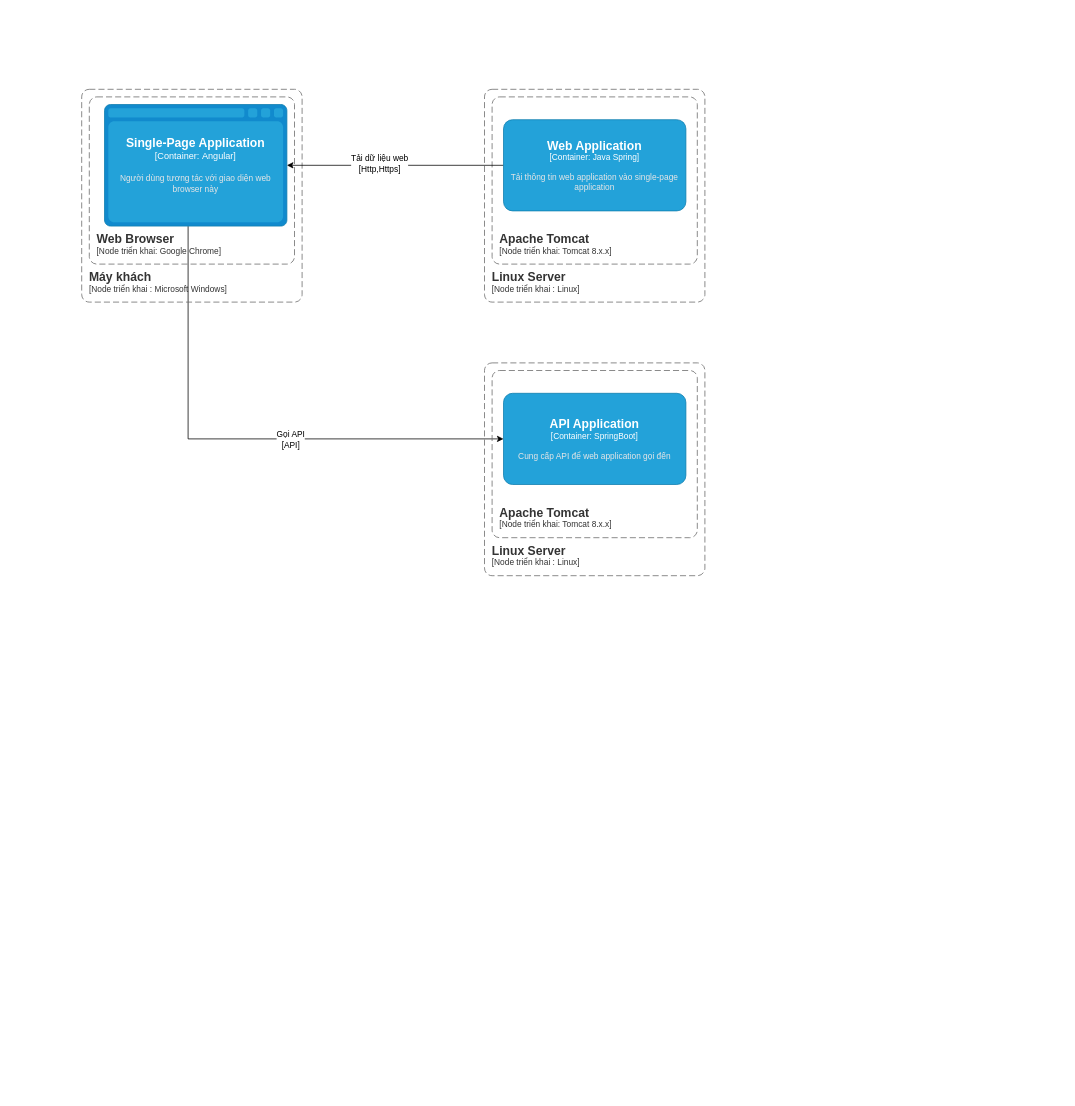
Before: IdgPortal-Deployment.drawio in dangngocsoncntt/draw.io, a draw.io diagram. Source tidied: cells renumbered, new cells numbered last; positions are measured from the earlier drawing's top-left corner, leaving out a move shared by most shapes. Both pictures are drawn from the tidied source at 76%, with x=0, y=0 at pixel (81, 89).
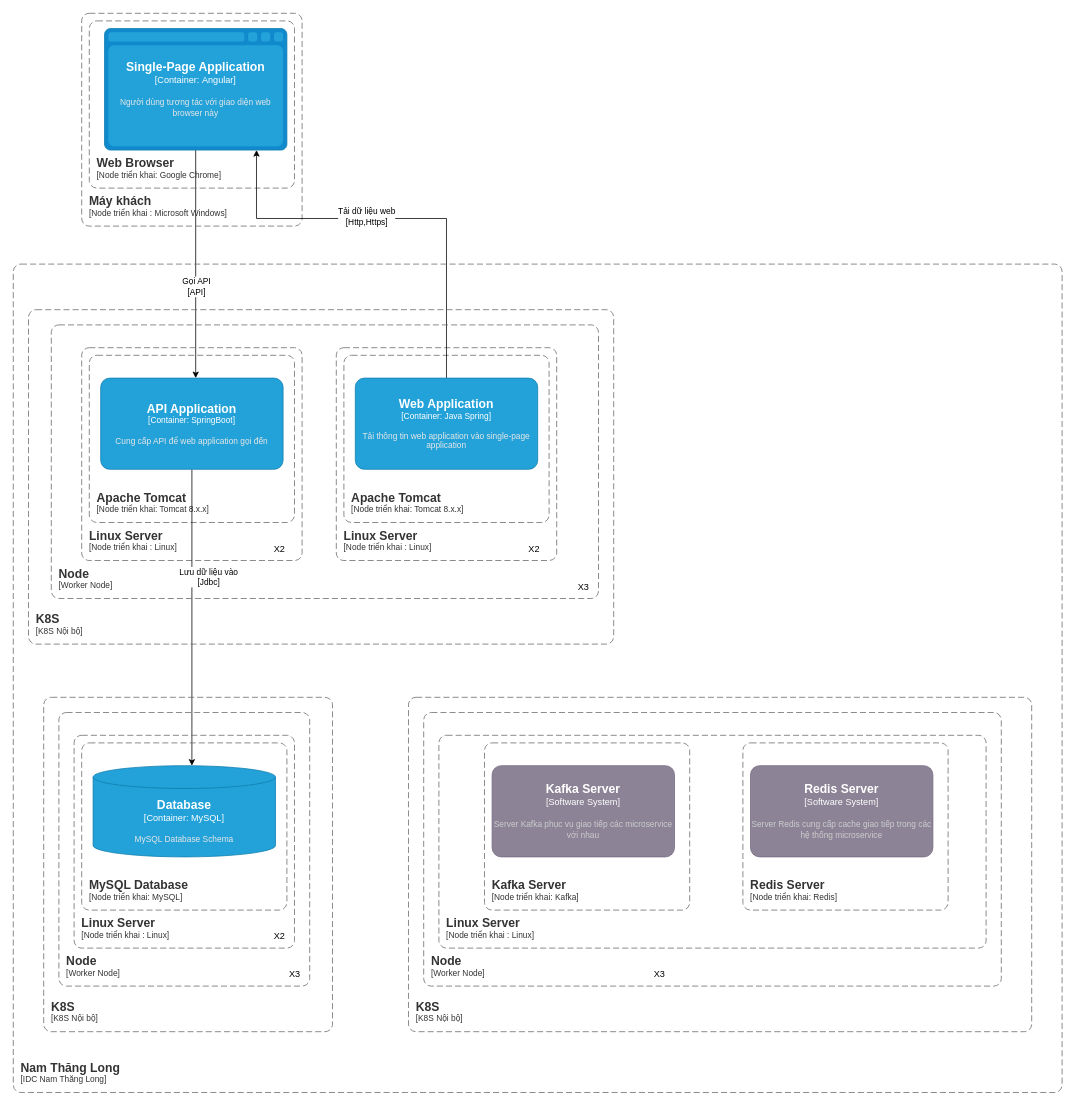
Above is the later version.

The edit, as a diff of the source:
```diff
@@
     <object id="4" label="&lt;font style=&quot;font-size: 16px&quot;&gt;&lt;b&gt;%c4Type%&lt;/b&gt;&lt;/font&gt;&lt;div&gt;[%c4Container%:&amp;nbsp;%c4Technology%]&lt;/div&gt;&lt;br&gt;&lt;div&gt;&lt;font style=&quot;font-size: 11px&quot;&gt;&lt;font color=&quot;#E6E6E6&quot;&gt;%c4Description%&lt;/font&gt;&lt;/div&gt;" c4Container="Container" c4Description="Người dùng tương tác với giao diện web browser này" c4Technology="Angular" c4Type="Single-Page Application" placeholders="1">
       <mxCell style="shape=mxgraph.c4.webBrowserContainer2;whiteSpace=wrap;html=1;boundedLbl=1;rounded=0;labelBackgroundColor=none;strokeColor=#118ACD;fillColor=#23A2D9;strokeColor=#118ACD;strokeColor2=#0E7DAD;fontSize=12;fontColor=#ffffff;align=center;points=[[0.5,0,0],[1,0.25,0],[1,0.5,0],[1,0.75,0],[0.5,1,0],[0,0.75,0],[0,0.5,0],[0,0.25,0]];" parent="1" vertex="1">
-        <mxGeometry x="30" y="20" width="240" height="160" as="geometry" />
+        <mxGeometry x="30" y="-80" width="240" height="160" as="geometry" />
       </mxCell>
     </object>
     <object id="5" label="&lt;font style=&quot;font-size: 16px&quot;&gt;&lt;b&gt;&lt;div style=&quot;text-align: left&quot;&gt;%c4Name%&lt;/div&gt;&lt;/b&gt;&lt;/font&gt;&lt;div style=&quot;text-align: left&quot;&gt;[%c4Application%]&lt;/div&gt;" c4Application="Node triển khai: Google Chrome" c4Name="Web Browser" placeholders="1">
       <mxCell style="rounded=1;fontSize=11;whiteSpace=wrap;html=1;dashed=1;arcSize=20;fillColor=none;strokeColor=#666666;fontColor=#333333;labelBackgroundColor=none;align=left;verticalAlign=bottom;labelBorderColor=none;spacingTop=0;spacing=10;dashPattern=8 4;perimeter=rectanglePerimeter;noLabel=0;labelPadding=0;absoluteArcSize=1;" parent="1" vertex="1">
-        <mxGeometry x="10" y="10" width="270" height="220" as="geometry" />
+        <mxGeometry x="10" y="-90" width="270" height="220" as="geometry" />
       </mxCell>
     </object>
     <object id="6" label="&lt;font style=&quot;font-size: 16px&quot;&gt;&lt;b&gt;&lt;div style=&quot;text-align: left&quot;&gt;%c4Name%&lt;/div&gt;&lt;/b&gt;&lt;/font&gt;&lt;div style=&quot;text-align: left&quot;&gt;[%c4Application%]&lt;/div&gt;" c4Application="Node triển khai : Microsoft Windows" c4Name="Máy khách" placeholders="1">
       <mxCell style="rounded=1;fontSize=11;whiteSpace=wrap;html=1;dashed=1;arcSize=20;fillColor=none;strokeColor=#666666;fontColor=#333333;labelBackgroundColor=none;align=left;verticalAlign=bottom;labelBorderColor=none;spacingTop=0;spacing=10;dashPattern=8 4;perimeter=rectanglePerimeter;noLabel=0;labelPadding=0;absoluteArcSize=1;" parent="1" vertex="1">
-        <mxGeometry width="290" height="280" as="geometry" />
+        <mxGeometry y="-100" width="290" height="280" as="geometry" />
       </mxCell>
     </object>
     <object id="7" label="&lt;font style=&quot;font-size: 16px&quot;&gt;&lt;b&gt;&lt;div style=&quot;text-align: left&quot;&gt;%c4Name%&lt;/div&gt;&lt;/b&gt;&lt;/font&gt;&lt;div style=&quot;text-align: left&quot;&gt;[%c4Application%]&lt;/div&gt;" c4Application="Node triển khai: Tomcat 8.x.x" c4Name="Apache Tomcat" placeholders="1">
       <mxCell style="rounded=1;fontSize=11;whiteSpace=wrap;html=1;dashed=1;arcSize=20;fillColor=none;strokeColor=#666666;fontColor=#333333;labelBackgroundColor=none;align=left;verticalAlign=bottom;labelBorderColor=none;spacingTop=0;spacing=10;dashPattern=8 4;perimeter=rectanglePerimeter;noLabel=0;labelPadding=0;absoluteArcSize=1;" parent="1" vertex="1">
-        <mxGeometry x="540" y="10" width="270" height="220" as="geometry" />
+        <mxGeometry x="345" y="350" width="270" height="220" as="geometry" />
       </mxCell>
     </object>
     <object id="8" label="&lt;font style=&quot;font-size: 16px&quot;&gt;&lt;b&gt;&lt;div style=&quot;text-align: left&quot;&gt;%c4Name%&lt;/div&gt;&lt;/b&gt;&lt;/font&gt;&lt;div style=&quot;text-align: left&quot;&gt;[%c4Application%]&lt;/div&gt;" c4Application="Node triển khai : Linux" c4Name="Linux Server" placeholders="1">
       <mxCell style="rounded=1;fontSize=11;whiteSpace=wrap;html=1;dashed=1;arcSize=20;fillColor=none;strokeColor=#666666;fontColor=#333333;labelBackgroundColor=none;align=left;verticalAlign=bottom;labelBorderColor=none;spacingTop=0;spacing=10;dashPattern=8 4;perimeter=rectanglePerimeter;noLabel=0;labelPadding=0;absoluteArcSize=1;" parent="1" vertex="1">
-        <mxGeometry x="530" width="290" height="280" as="geometry" />
+        <mxGeometry x="335" y="340" width="290" height="280" as="geometry" />
       </mxCell>
     </object>
     <mxCell id="9" style="edgeStyle=orthogonalEdgeStyle;rounded=0;jettySize=auto;html=1;" parent="1" edge="1" source="11" target="4">
-      <mxGeometry relative="1" as="geometry" />
+      <mxGeometry relative="1" as="geometry">
+        <Array as="points">
+          <mxPoint x="230" y="170" />
+        </Array>
+      </mxGeometry>
     </mxCell>
@@
     <object id="11" label="&lt;font style=&quot;font-size: 16px&quot;&gt;&lt;b&gt;%c4Name%&lt;/b&gt;&lt;/font&gt;&lt;div&gt;[%c4Type%: %c4Technology%]&lt;/div&gt;&lt;br&gt;&lt;div&gt;&lt;font style=&quot;font-size: 11px&quot;&gt;&lt;font color=&quot;#E6E6E6&quot;&gt;%c4Description%&lt;/font&gt;&lt;/div&gt;" c4Description="Tải thông tin web application vào single-page application" c4Name="Web Application" c4Technology="Java Spring" c4Type="Container" placeholders="1">
       <mxCell style="rounded=1;whiteSpace=wrap;html=1;fontSize=11;labelBackgroundColor=none;fillColor=#23A2D9;fontColor=#ffffff;align=center;arcSize=10;strokeColor=#0E7DAD;points=[[0.25,0,0],[0.5,0,0],[0.75,0,0],[1,0.25,0],[1,0.5,0],[1,0.75,0],[0.75,1,0],[0.5,1,0],[0.25,1,0],[0,0.75,0],[0,0.5,0],[0,0.25,0]];" parent="1" vertex="1">
-        <mxGeometry x="555" y="40" width="240" height="120" as="geometry" />
+        <mxGeometry x="360" y="380" width="240" height="120" as="geometry" />
       </mxCell>
     </object>
     <object id="12" label="&lt;font style=&quot;font-size: 16px&quot;&gt;&lt;b&gt;&lt;div style=&quot;text-align: left&quot;&gt;%c4Name%&lt;/div&gt;&lt;/b&gt;&lt;/font&gt;&lt;div style=&quot;text-align: left&quot;&gt;[%c4Application%]&lt;/div&gt;" c4Application="Node triển khai: Tomcat 8.x.x" c4Name="Apache Tomcat" placeholders="1">
       <mxCell style="rounded=1;fontSize=11;whiteSpace=wrap;html=1;dashed=1;arcSize=20;fillColor=none;strokeColor=#666666;fontColor=#333333;labelBackgroundColor=none;align=left;verticalAlign=bottom;labelBorderColor=none;spacingTop=0;spacing=10;dashPattern=8 4;perimeter=rectanglePerimeter;noLabel=0;labelPadding=0;absoluteArcSize=1;" parent="1" vertex="1">
-        <mxGeometry x="540" y="370" width="270" height="220" as="geometry" />
+        <mxGeometry x="10" y="350" width="270" height="220" as="geometry" />
       </mxCell>
     </object>
     <object id="13" label="&lt;font style=&quot;font-size: 16px&quot;&gt;&lt;b&gt;&lt;div style=&quot;text-align: left&quot;&gt;%c4Name%&lt;/div&gt;&lt;/b&gt;&lt;/font&gt;&lt;div style=&quot;text-align: left&quot;&gt;[%c4Application%]&lt;/div&gt;" c4Application="Node triển khai : Linux" c4Name="Linux Server" placeholders="1">
       <mxCell style="rounded=1;fontSize=11;whiteSpace=wrap;html=1;dashed=1;arcSize=20;fillColor=none;strokeColor=#666666;fontColor=#333333;labelBackgroundColor=none;align=left;verticalAlign=bottom;labelBorderColor=none;spacingTop=0;spacing=10;dashPattern=8 4;perimeter=rectanglePerimeter;noLabel=0;labelPadding=0;absoluteArcSize=1;" parent="1" vertex="1">
-        <mxGeometry x="530" y="360" width="290" height="280" as="geometry" />
+        <mxGeometry y="340" width="290" height="280" as="geometry" />
       </mxCell>
     </object>
+    <mxCell id="15" style="edgeStyle=orthogonalEdgeStyle;rounded=0;jettySize=auto;html=1;" parent="1" edge="1" source="14" target="19">
+      <mxGeometry relative="1" as="geometry">
+        <Array as="points">
+          <mxPoint x="110" y="890" />
+        </Array>
+      </mxGeometry>
+    </mxCell>
+    <mxCell id="16" value="Lưu dữ liệu vào&lt;br&gt;[Jdbc]" style="edgeLabel;html=1;align=center;verticalAlign=middle;" parent="15" vertex="1">
+      <mxGeometry x="-0.29" y="3" relative="1" as="geometry">
+        <mxPoint x="18" y="3" as="offset" />
+      </mxGeometry>
+    </mxCell>
     <object id="14" label="&lt;font style=&quot;font-size: 16px&quot;&gt;&lt;b&gt;%c4Name%&lt;/b&gt;&lt;/font&gt;&lt;div&gt;[%c4Type%: %c4Technology%]&lt;/div&gt;&lt;br&gt;&lt;div&gt;&lt;font style=&quot;font-size: 11px&quot;&gt;&lt;font color=&quot;#E6E6E6&quot;&gt;%c4Description%&lt;/font&gt;&lt;/div&gt;" c4Description="Cung cấp API để web application gọi đến " c4Name="API Application" c4Technology="SpringBoot" c4Type="Container" placeholders="1">
       <mxCell style="rounded=1;whiteSpace=wrap;html=1;fontSize=11;labelBackgroundColor=none;fillColor=#23A2D9;fontColor=#ffffff;align=center;arcSize=10;strokeColor=#0E7DAD;points=[[0.25,0,0],[0.5,0,0],[0.75,0,0],[1,0.25,0],[1,0.5,0],[1,0.75,0],[0.75,1,0],[0.5,1,0],[0.25,1,0],[0,0.75,0],[0,0.5,0],[0,0.25,0]];" parent="1" vertex="1">
-        <mxGeometry x="555" y="400" width="240" height="120" as="geometry" />
+        <mxGeometry x="25" y="380" width="240" height="120" as="geometry" />
       </mxCell>
     </object>
+    <object id="17" label="&lt;font style=&quot;font-size: 16px&quot;&gt;&lt;b&gt;&lt;div style=&quot;text-align: left&quot;&gt;%c4Name%&lt;/div&gt;&lt;/b&gt;&lt;/font&gt;&lt;div style=&quot;text-align: left&quot;&gt;[%c4Application%]&lt;/div&gt;" c4Application="Node triển khai: MySQL" c4Name="MySQL Database" placeholders="1">
+      <mxCell style="rounded=1;fontSize=11;whiteSpace=wrap;html=1;dashed=1;arcSize=20;fillColor=none;strokeColor=#666666;fontColor=#333333;labelBackgroundColor=none;align=left;verticalAlign=bottom;labelBorderColor=none;spacingTop=0;spacing=10;dashPattern=8 4;perimeter=rectanglePerimeter;noLabel=0;labelPadding=0;absoluteArcSize=1;" parent="1" vertex="1">
+        <mxGeometry y="860" width="270" height="220" as="geometry" />
+      </mxCell>
+    </object>
+    <object id="18" label="&lt;font style=&quot;font-size: 16px&quot;&gt;&lt;b&gt;&lt;div style=&quot;text-align: left&quot;&gt;%c4Name%&lt;/div&gt;&lt;/b&gt;&lt;/font&gt;&lt;div style=&quot;text-align: left&quot;&gt;[%c4Application%]&lt;/div&gt;" c4Application="Node triển khai : Linux" c4Name="Linux Server" placeholders="1">
+      <mxCell style="rounded=1;fontSize=11;whiteSpace=wrap;html=1;dashed=1;arcSize=20;fillColor=none;strokeColor=#666666;fontColor=#333333;labelBackgroundColor=none;align=left;verticalAlign=bottom;labelBorderColor=none;spacingTop=0;spacing=10;dashPattern=8 4;perimeter=rectanglePerimeter;noLabel=0;labelPadding=0;absoluteArcSize=1;" parent="1" vertex="1">
+        <mxGeometry x="-10" y="850" width="290" height="280" as="geometry" />
+      </mxCell>
+    </object>
+    <object id="19" label="&lt;font style=&quot;font-size: 16px&quot;&gt;&lt;b&gt;%c4Type%&lt;/b&gt;&lt;/font&gt;&lt;div&gt;[%c4Container%:&amp;nbsp;%c4Technology%]&lt;/div&gt;&lt;br&gt;&lt;div&gt;&lt;font style=&quot;font-size: 11px&quot;&gt;&lt;font color=&quot;#E6E6E6&quot;&gt;%c4Description%&lt;/font&gt;&lt;/div&gt;" c4Container="Container" c4Description="MySQL Database Schema" c4Technology="MySQL" c4Type="Database" placeholders="1">
+      <mxCell style="shape=cylinder3;size=15;whiteSpace=wrap;html=1;boundedLbl=1;rounded=0;labelBackgroundColor=none;fillColor=#23A2D9;fontSize=12;fontColor=#ffffff;align=center;strokeColor=#0E7DAD;points=[[0.5,0,0],[1,0.25,0],[1,0.5,0],[1,0.75,0],[0.5,1,0],[0,0.75,0],[0,0.5,0],[0,0.25,0]];" parent="1" vertex="1">
+        <mxGeometry x="15" y="890" width="240" height="120" as="geometry" />
+      </mxCell>
+    </object>
+    <mxCell id="20" value="X2" style="text;html=1;align=center;verticalAlign=middle;strokeColor=none;fillColor=none;" parent="1" vertex="1">
+      <mxGeometry x="240" y="1100" width="40" height="30" as="geometry" />
+    </mxCell>
+    <mxCell id="21" value="X2" style="text;html=1;align=center;verticalAlign=middle;strokeColor=none;fillColor=none;" parent="1" vertex="1">
+      <mxGeometry x="575" y="590" width="40" height="30" as="geometry" />
+    </mxCell>
+    <mxCell id="22" value="X2" style="text;html=1;align=center;verticalAlign=middle;strokeColor=none;fillColor=none;" parent="1" vertex="1">
+      <mxGeometry x="240" y="590" width="40" height="30" as="geometry" />
+    </mxCell>
+    <object id="23" label="&lt;font style=&quot;font-size: 16px&quot;&gt;&lt;b&gt;&lt;div style=&quot;text-align: left&quot;&gt;%c4Name%&lt;/div&gt;&lt;/b&gt;&lt;/font&gt;&lt;div style=&quot;text-align: left&quot;&gt;[%c4Application%]&lt;/div&gt;" c4Application="Worker Node" c4Name="Node" placeholders="1">
+      <mxCell style="rounded=1;fontSize=11;whiteSpace=wrap;html=1;dashed=1;arcSize=20;fillColor=none;strokeColor=#666666;fontColor=#333333;labelBackgroundColor=none;align=left;verticalAlign=bottom;labelBorderColor=none;spacingTop=0;spacing=10;dashPattern=8 4;perimeter=rectanglePerimeter;noLabel=0;labelPadding=0;absoluteArcSize=1;" parent="1" vertex="1">
+        <mxGeometry x="-40" y="310" width="720" height="360" as="geometry" />
+      </mxCell>
+    </object>
+    <object id="24" label="&lt;font style=&quot;font-size: 16px&quot;&gt;&lt;b&gt;&lt;div style=&quot;text-align: left&quot;&gt;%c4Name%&lt;/div&gt;&lt;/b&gt;&lt;/font&gt;&lt;div style=&quot;text-align: left&quot;&gt;[%c4Application%]&lt;/div&gt;" c4Application="K8S Nội bộ" c4Name="K8S" placeholders="1">
+      <mxCell style="rounded=1;fontSize=11;whiteSpace=wrap;html=1;dashed=1;arcSize=20;fillColor=none;strokeColor=#666666;fontColor=#333333;labelBackgroundColor=none;align=left;verticalAlign=bottom;labelBorderColor=none;spacingTop=0;spacing=10;dashPattern=8 4;perimeter=rectanglePerimeter;noLabel=0;labelPadding=0;absoluteArcSize=1;" parent="1" vertex="1">
+        <mxGeometry x="-70" y="290" width="770" height="440" as="geometry" />
+      </mxCell>
+    </object>
+    <object id="25" label="&lt;font style=&quot;font-size: 16px&quot;&gt;&lt;b&gt;&lt;div style=&quot;text-align: left&quot;&gt;%c4Name%&lt;/div&gt;&lt;/b&gt;&lt;/font&gt;&lt;div style=&quot;text-align: left&quot;&gt;[%c4Application%]&lt;/div&gt;" c4Application="Worker Node" c4Name="Node" placeholders="1">
+      <mxCell style="rounded=1;fontSize=11;whiteSpace=wrap;html=1;dashed=1;arcSize=20;fillColor=none;strokeColor=#666666;fontColor=#333333;labelBackgroundColor=none;align=left;verticalAlign=bottom;labelBorderColor=none;spacingTop=0;spacing=10;dashPattern=8 4;perimeter=rectanglePerimeter;noLabel=0;labelPadding=0;absoluteArcSize=1;" parent="1" vertex="1">
+        <mxGeometry x="-30" y="820" width="330" height="360" as="geometry" />
+      </mxCell>
+    </object>
+    <object id="26" label="&lt;font style=&quot;font-size: 16px&quot;&gt;&lt;b&gt;&lt;div style=&quot;text-align: left&quot;&gt;%c4Name%&lt;/div&gt;&lt;/b&gt;&lt;/font&gt;&lt;div style=&quot;text-align: left&quot;&gt;[%c4Application%]&lt;/div&gt;" c4Application="K8S Nội bộ" c4Name="K8S" placeholders="1">
+      <mxCell style="rounded=1;fontSize=11;whiteSpace=wrap;html=1;dashed=1;arcSize=20;fillColor=none;strokeColor=#666666;fontColor=#333333;labelBackgroundColor=none;align=left;verticalAlign=bottom;labelBorderColor=none;spacingTop=0;spacing=10;dashPattern=8 4;perimeter=rectanglePerimeter;noLabel=0;labelPadding=0;absoluteArcSize=1;" parent="1" vertex="1">
+        <mxGeometry x="-50" y="800" width="380" height="440" as="geometry" />
+      </mxCell>
+    </object>
+    <mxCell id="27" value="X3" style="text;html=1;align=center;verticalAlign=middle;strokeColor=none;fillColor=none;" parent="1" vertex="1">
+      <mxGeometry x="640" y="640" width="40" height="30" as="geometry" />
+    </mxCell>
+    <mxCell id="28" value="X3" style="text;html=1;align=center;verticalAlign=middle;strokeColor=none;fillColor=none;" parent="1" vertex="1">
+      <mxGeometry x="260" y="1150" width="40" height="30" as="geometry" />
+    </mxCell>
+    <object id="29" label="&lt;font style=&quot;font-size: 16px&quot;&gt;&lt;b&gt;&lt;div style=&quot;text-align: left&quot;&gt;%c4Name%&lt;/div&gt;&lt;/b&gt;&lt;/font&gt;&lt;div style=&quot;text-align: left&quot;&gt;[%c4Application%]&lt;/div&gt;" c4Application="IDC Nam Thăng Long" c4Name="Nam Thăng Long" placeholders="1">
+      <mxCell style="rounded=1;fontSize=11;whiteSpace=wrap;html=1;dashed=1;arcSize=20;fillColor=none;strokeColor=#666666;fontColor=#333333;labelBackgroundColor=none;align=left;verticalAlign=bottom;labelBorderColor=none;spacingTop=0;spacing=10;dashPattern=8 4;perimeter=rectanglePerimeter;noLabel=0;labelPadding=0;absoluteArcSize=1;" parent="1" vertex="1">
+        <mxGeometry x="-90" y="230" width="1380" height="1090" as="geometry" />
+      </mxCell>
+    </object>
+    <object id="30" label="&lt;font style=&quot;font-size: 16px&quot;&gt;&lt;b&gt;&lt;div style=&quot;text-align: left&quot;&gt;%c4Name%&lt;/div&gt;&lt;/b&gt;&lt;/font&gt;&lt;div style=&quot;text-align: left&quot;&gt;[%c4Application%]&lt;/div&gt;" c4Application="Node triển khai: Kafka" c4Name="Kafka Server" placeholders="1">
+      <mxCell style="rounded=1;fontSize=11;whiteSpace=wrap;html=1;dashed=1;arcSize=20;fillColor=none;strokeColor=#666666;fontColor=#333333;labelBackgroundColor=none;align=left;verticalAlign=bottom;labelBorderColor=none;spacingTop=0;spacing=10;dashPattern=8 4;perimeter=rectanglePerimeter;noLabel=0;labelPadding=0;absoluteArcSize=1;" parent="1" vertex="1">
+        <mxGeometry x="530" y="860" width="270" height="220" as="geometry" />
+      </mxCell>
+    </object>
+    <object id="31" label="&lt;font style=&quot;font-size: 16px&quot;&gt;&lt;b&gt;&lt;div style=&quot;text-align: left&quot;&gt;%c4Name%&lt;/div&gt;&lt;/b&gt;&lt;/font&gt;&lt;div style=&quot;text-align: left&quot;&gt;[%c4Application%]&lt;/div&gt;" c4Application="Node triển khai : Linux" c4Name="Linux Server" placeholders="1">
+      <mxCell style="rounded=1;fontSize=11;whiteSpace=wrap;html=1;dashed=1;arcSize=20;fillColor=none;strokeColor=#666666;fontColor=#333333;labelBackgroundColor=none;align=left;verticalAlign=bottom;labelBorderColor=none;spacingTop=0;spacing=10;dashPattern=8 4;perimeter=rectanglePerimeter;noLabel=0;labelPadding=0;absoluteArcSize=1;" parent="1" vertex="1">
+        <mxGeometry x="470" y="850" width="720" height="280" as="geometry" />
+      </mxCell>
+    </object>
+    <object id="32" label="&lt;font style=&quot;font-size: 16px&quot;&gt;&lt;b&gt;&lt;div style=&quot;text-align: left&quot;&gt;%c4Name%&lt;/div&gt;&lt;/b&gt;&lt;/font&gt;&lt;div style=&quot;text-align: left&quot;&gt;[%c4Application%]&lt;/div&gt;" c4Application="Worker Node" c4Name="Node" placeholders="1">
+      <mxCell style="rounded=1;fontSize=11;whiteSpace=wrap;html=1;dashed=1;arcSize=20;fillColor=none;strokeColor=#666666;fontColor=#333333;labelBackgroundColor=none;align=left;verticalAlign=bottom;labelBorderColor=none;spacingTop=0;spacing=10;dashPattern=8 4;perimeter=rectanglePerimeter;noLabel=0;labelPadding=0;absoluteArcSize=1;" parent="1" vertex="1">
+        <mxGeometry x="450" y="820" width="760" height="360" as="geometry" />
+      </mxCell>
+    </object>
+    <object id="33" label="&lt;font style=&quot;font-size: 16px&quot;&gt;&lt;b&gt;&lt;div style=&quot;text-align: left&quot;&gt;%c4Name%&lt;/div&gt;&lt;/b&gt;&lt;/font&gt;&lt;div style=&quot;text-align: left&quot;&gt;[%c4Application%]&lt;/div&gt;" c4Application="K8S Nội bộ" c4Name="K8S" placeholders="1">
+      <mxCell style="rounded=1;fontSize=11;whiteSpace=wrap;html=1;dashed=1;arcSize=20;fillColor=none;strokeColor=#666666;fontColor=#333333;labelBackgroundColor=none;align=left;verticalAlign=bottom;labelBorderColor=none;spacingTop=0;spacing=10;dashPattern=8 4;perimeter=rectanglePerimeter;noLabel=0;labelPadding=0;absoluteArcSize=1;" parent="1" vertex="1">
+        <mxGeometry x="430" y="800" width="820" height="440" as="geometry" />
+      </mxCell>
+    </object>
+    <mxCell id="34" value="X3" style="text;html=1;align=center;verticalAlign=middle;strokeColor=none;fillColor=none;" parent="1" vertex="1">
+      <mxGeometry x="740" y="1150" width="40" height="30" as="geometry" />
+    </mxCell>
+    <object id="35" label="&lt;font style=&quot;font-size: 16px&quot;&gt;&lt;b&gt;%c4Name%&lt;/b&gt;&lt;/font&gt;&lt;div&gt;[%c4Type%]&lt;/div&gt;&lt;br&gt;&lt;div&gt;&lt;font style=&quot;font-size: 11px&quot;&gt;&lt;font color=&quot;#cccccc&quot;&gt;%c4Description%&lt;/font&gt;&lt;/div&gt;" c4Description="Server Kafka phục vụ giao tiếp các microservice với nhau" c4Name="Kafka Server" c4Type="Software System" placeholders="1">
+      <mxCell style="rounded=1;whiteSpace=wrap;html=1;labelBackgroundColor=none;fillColor=#8C8496;fontColor=#ffffff;align=center;arcSize=10;strokeColor=#736782;" parent="1" vertex="1">
+        <mxGeometry x="540" y="890" width="240" height="120" as="geometry" />
+      </mxCell>
+    </object>
+    <object id="36" label="&lt;font style=&quot;font-size: 16px&quot;&gt;&lt;b&gt;&lt;div style=&quot;text-align: left&quot;&gt;%c4Name%&lt;/div&gt;&lt;/b&gt;&lt;/font&gt;&lt;div style=&quot;text-align: left&quot;&gt;[%c4Application%]&lt;/div&gt;" c4Application="Node triển khai: Redis" c4Name="Redis Server" placeholders="1">
+      <mxCell style="rounded=1;fontSize=11;whiteSpace=wrap;html=1;dashed=1;arcSize=20;fillColor=none;strokeColor=#666666;fontColor=#333333;labelBackgroundColor=none;align=left;verticalAlign=bottom;labelBorderColor=none;spacingTop=0;spacing=10;dashPattern=8 4;perimeter=rectanglePerimeter;noLabel=0;labelPadding=0;absoluteArcSize=1;" parent="1" vertex="1">
+        <mxGeometry x="870" y="860" width="270" height="220" as="geometry" />
+      </mxCell>
+    </object>
+    <object id="37" label="&lt;font style=&quot;font-size: 16px&quot;&gt;&lt;b&gt;%c4Name%&lt;/b&gt;&lt;/font&gt;&lt;div&gt;[%c4Type%]&lt;/div&gt;&lt;br&gt;&lt;div&gt;&lt;font style=&quot;font-size: 11px&quot;&gt;&lt;font color=&quot;#cccccc&quot;&gt;%c4Description%&lt;/font&gt;&lt;/div&gt;" c4Description="Server Redis cung cấp cache giao tiếp trong các hệ thống microservice" c4Name="Redis Server" c4Type="Software System" placeholders="1">
+      <mxCell style="rounded=1;whiteSpace=wrap;html=1;labelBackgroundColor=none;fillColor=#8C8496;fontColor=#ffffff;align=center;arcSize=10;strokeColor=#736782;" parent="1" vertex="1">
+        <mxGeometry x="880" y="890" width="240" height="120" as="geometry" />
+      </mxCell>
+    </object>
```
